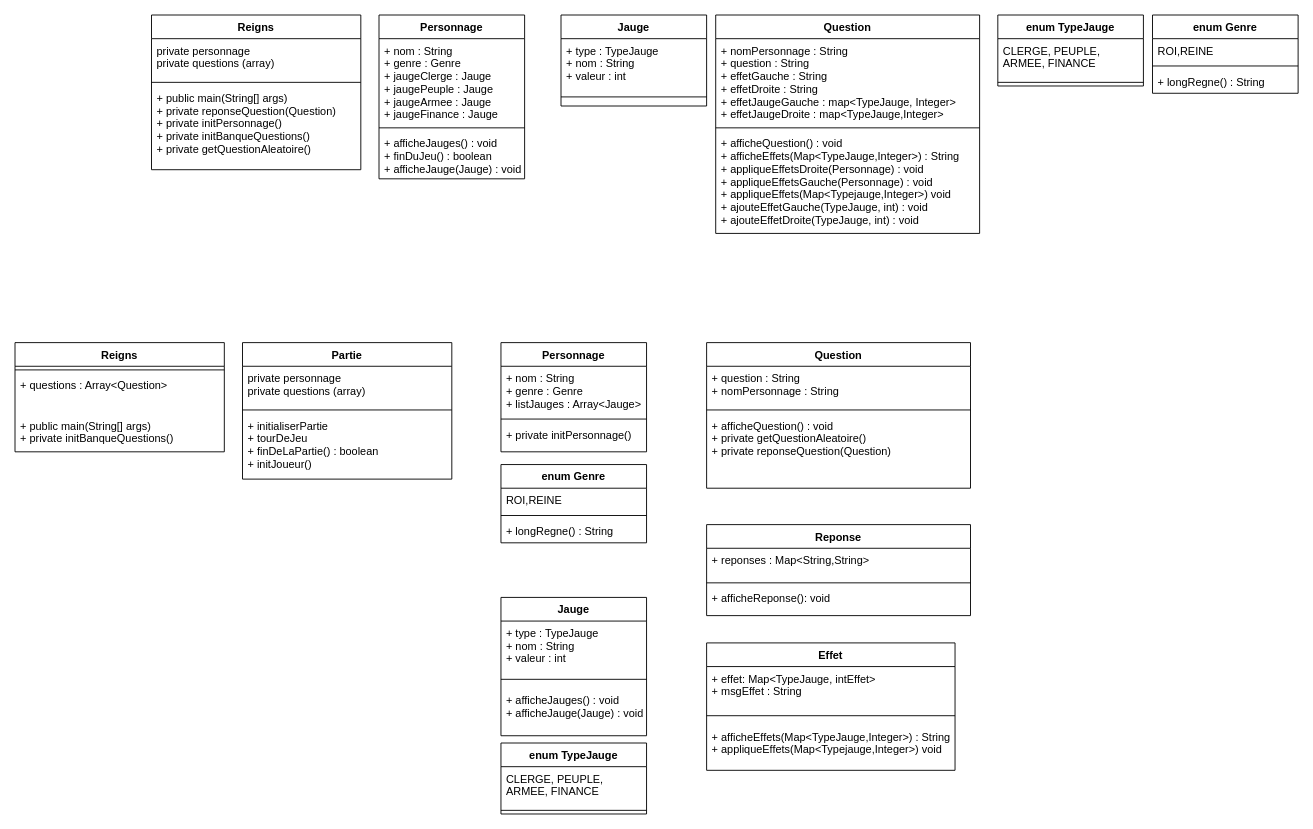
The draw.io diagram uml.drawio in juchrt/TP-1-Reigns, before the edit. Source tidied: cells renumbered, new cells numbered last; positions are measured from the earlier drawing's top-left corner, leaving out a move shared by most shapes. Both pictures are drawn from the tidied source at 91%, with x=0, y=0 at pixel (15, 15).
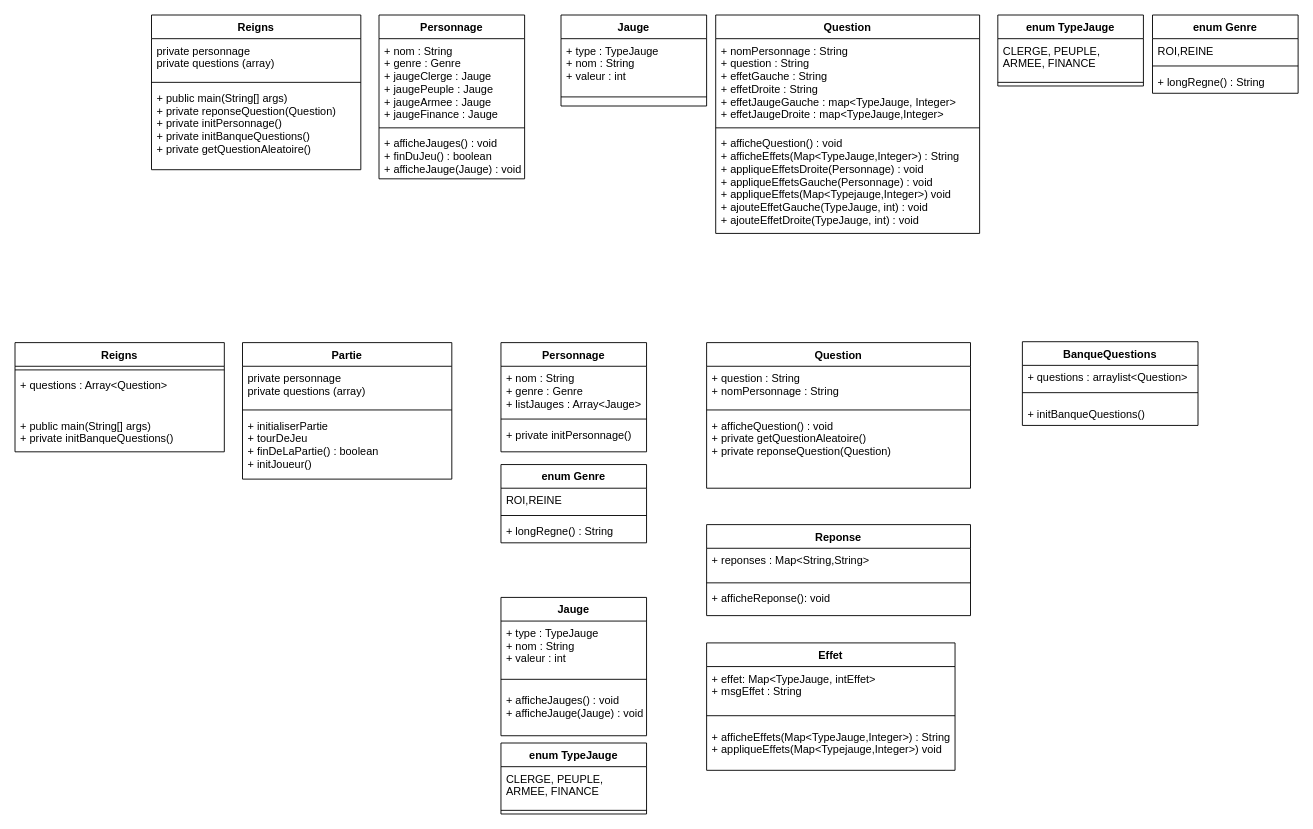
After the change.

Diff of the diagram source:
```diff
@@
+    <mxCell id="59" value="BanqueQuestions" style="swimlane;fontStyle=1;align=center;verticalAlign=top;horizontal=1;startSize=26;" parent="1" vertex="1">
+      <mxGeometry x="1107" y="359" width="193" height="92" as="geometry" />
+    </mxCell>
+    <mxCell id="60" value="+ questions : arraylist&lt;Question&gt;" style="text;strokeColor=none;fillColor=none;align=left;verticalAlign=top;spacingLeft=4;spacingRight=4;overflow=hidden;" parent="59" vertex="1">
+      <mxGeometry y="26" width="193" height="20" as="geometry" />
+    </mxCell>
+    <mxCell id="61" style="line;strokeWidth=1;fillColor=none;align=left;verticalAlign=middle;spacingTop=-1;spacingLeft=3;spacingRight=3;labelPosition=right;strokeColor=inherit;" parent="59" vertex="1">
+      <mxGeometry y="46" width="193" height="20" as="geometry" />
+    </mxCell>
+    <mxCell id="62" value="+ initBanqueQuestions()" style="text;strokeColor=none;fillColor=none;align=left;verticalAlign=top;spacingLeft=4;spacingRight=4;overflow=hidden;" parent="59" vertex="1">
+      <mxGeometry y="66" width="193" height="26" as="geometry" />
+    </mxCell>
```
